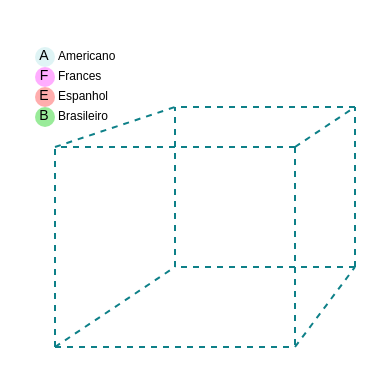
The draw.io diagram Untitled Diagram.drawio in gilberto-009199/draw.io, before the edit. Source tidied: cells renumbered, new cells numbered last; positions are measured from the earlier drawing's top-left corner, leaving out a move shared by most shapes. Both pictures are drawn from the tidied source at 200%, with x=0, y=0 at pixel (34, 46).
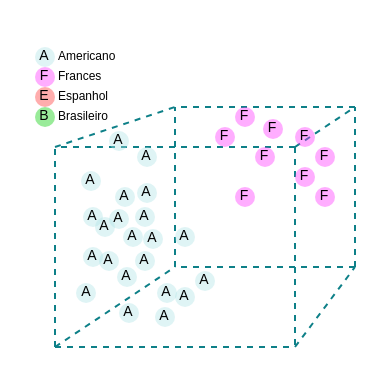
After the change.

Diff of the diagram source:
```diff
@@
+    <mxCell id="22" value="&lt;p style=&quot;text-align: justify ; font-size: 7px&quot;&gt;A&lt;/p&gt;" style="ellipse;whiteSpace=wrap;html=1;fillColor=#b0e3e6;strokeColor=none;opacity=40;align=center;horizontal=1;" parent="1" vertex="1">
+      <mxGeometry x="24" y="100" width="10" height="10" as="geometry" />
+    </mxCell>
+    <mxCell id="23" value="&lt;p style=&quot;text-align: justify ; font-size: 7px&quot;&gt;A&lt;/p&gt;" style="ellipse;whiteSpace=wrap;html=1;fillColor=#b0e3e6;strokeColor=none;opacity=40;align=center;horizontal=1;" parent="1" vertex="1">
+      <mxGeometry x="24" y="80" width="10" height="10" as="geometry" />
+    </mxCell>
+    <mxCell id="24" value="&lt;p style=&quot;text-align: justify ; font-size: 7px&quot;&gt;A&lt;/p&gt;" style="ellipse;whiteSpace=wrap;html=1;fillColor=#b0e3e6;strokeColor=none;opacity=40;align=center;horizontal=1;" parent="1" vertex="1">
+      <mxGeometry x="41" y="110" width="10" height="10" as="geometry" />
+    </mxCell>
+    <mxCell id="25" value="&lt;p style=&quot;text-align: justify ; font-size: 7px&quot;&gt;A&lt;/p&gt;" style="ellipse;whiteSpace=wrap;html=1;fillColor=#b0e3e6;strokeColor=none;opacity=40;align=center;horizontal=1;" parent="1" vertex="1">
+      <mxGeometry x="40" y="70" width="10" height="10" as="geometry" />
+    </mxCell>
+    <mxCell id="26" value="&lt;p style=&quot;text-align: justify ; font-size: 7px&quot;&gt;A&lt;/p&gt;" style="ellipse;whiteSpace=wrap;html=1;fillColor=#b0e3e6;strokeColor=none;opacity=40;align=center;horizontal=1;" parent="1" vertex="1">
+      <mxGeometry x="50" y="80" width="10" height="10" as="geometry" />
+    </mxCell>
+    <mxCell id="27" value="&lt;p style=&quot;text-align: justify ; font-size: 7px&quot;&gt;A&lt;/p&gt;" style="ellipse;whiteSpace=wrap;html=1;fillColor=#b0e3e6;strokeColor=none;opacity=40;align=center;horizontal=1;" parent="1" vertex="1">
+      <mxGeometry x="70" y="90" width="10" height="10" as="geometry" />
+    </mxCell>
+    <mxCell id="28" value="&lt;p style=&quot;text-align: justify ; font-size: 7px&quot;&gt;A&lt;/p&gt;" style="ellipse;whiteSpace=wrap;html=1;fillColor=#b0e3e6;strokeColor=none;opacity=40;align=center;horizontal=1;" parent="1" vertex="1">
+      <mxGeometry x="70" y="120" width="10" height="10" as="geometry" />
+    </mxCell>
+    <mxCell id="29" value="&lt;p style=&quot;text-align: justify ; font-size: 7px&quot;&gt;A&lt;/p&gt;" style="ellipse;whiteSpace=wrap;html=1;fillColor=#b0e3e6;strokeColor=none;opacity=40;align=center;horizontal=1;" parent="1" vertex="1">
+      <mxGeometry x="51" y="50" width="10" height="10" as="geometry" />
+    </mxCell>
+    <mxCell id="30" value="&lt;font style=&quot;font-size: 7px;&quot;&gt;F&lt;/font&gt;" style="ellipse;whiteSpace=wrap;html=1;fillColor=#FF33FF;strokeColor=none;opacity=40;horizontal=1;verticalAlign=middle;fontSize=7;" parent="1" vertex="1">
+      <mxGeometry x="140" y="50" width="10" height="10" as="geometry" />
+    </mxCell>
+    <mxCell id="31" value="&lt;font style=&quot;font-size: 7px;&quot;&gt;F&lt;/font&gt;" style="ellipse;whiteSpace=wrap;html=1;fillColor=#FF33FF;strokeColor=none;opacity=40;horizontal=1;verticalAlign=middle;fontSize=7;" parent="1" vertex="1">
+      <mxGeometry x="130" y="60" width="10" height="10" as="geometry" />
+    </mxCell>
+    <mxCell id="32" value="&lt;font style=&quot;font-size: 7px;&quot;&gt;F&lt;/font&gt;" style="ellipse;whiteSpace=wrap;html=1;fillColor=#FF33FF;strokeColor=none;opacity=40;horizontal=1;verticalAlign=middle;fontSize=7;" parent="1" vertex="1">
+      <mxGeometry x="140" y="70" width="10" height="10" as="geometry" />
+    </mxCell>
+    <mxCell id="33" value="&lt;font style=&quot;font-size: 7px;&quot;&gt;F&lt;/font&gt;" style="ellipse;whiteSpace=wrap;html=1;fillColor=#FF33FF;strokeColor=none;opacity=40;horizontal=1;verticalAlign=middle;fontSize=7;" parent="1" vertex="1">
+      <mxGeometry x="130" y="40" width="10" height="10" as="geometry" />
+    </mxCell>
+    <mxCell id="34" value="&lt;font style=&quot;font-size: 7px;&quot;&gt;F&lt;/font&gt;" style="ellipse;whiteSpace=wrap;html=1;fillColor=#FF33FF;strokeColor=none;opacity=40;horizontal=1;verticalAlign=middle;fontSize=7;" parent="1" vertex="1">
+      <mxGeometry x="110" y="50" width="10" height="10" as="geometry" />
+    </mxCell>
+    <mxCell id="35" value="&lt;font style=&quot;font-size: 7px;&quot;&gt;F&lt;/font&gt;" style="ellipse;whiteSpace=wrap;html=1;fillColor=#FF33FF;strokeColor=none;opacity=40;horizontal=1;verticalAlign=middle;fontSize=7;" parent="1" vertex="1">
+      <mxGeometry x="100" y="30" width="10" height="10" as="geometry" />
+    </mxCell>
+    <mxCell id="36" value="&lt;font style=&quot;font-size: 7px;&quot;&gt;F&lt;/font&gt;" style="ellipse;whiteSpace=wrap;html=1;fillColor=#FF33FF;strokeColor=none;opacity=40;horizontal=1;verticalAlign=middle;fontSize=7;" parent="1" vertex="1">
+      <mxGeometry x="90" y="40" width="10" height="10" as="geometry" />
+    </mxCell>
+    <mxCell id="37" value="&lt;font style=&quot;font-size: 7px;&quot;&gt;F&lt;/font&gt;" style="ellipse;whiteSpace=wrap;html=1;fillColor=#FF33FF;strokeColor=none;opacity=40;horizontal=1;verticalAlign=middle;fontSize=7;" parent="1" vertex="1">
+      <mxGeometry x="114" y="36" width="10" height="10" as="geometry" />
+    </mxCell>
+    <mxCell id="38" value="&lt;font style=&quot;font-size: 7px;&quot;&gt;F&lt;/font&gt;" style="ellipse;whiteSpace=wrap;html=1;fillColor=#FF33FF;strokeColor=none;opacity=40;horizontal=1;verticalAlign=middle;fontSize=7;" parent="1" vertex="1">
+      <mxGeometry x="100" y="70" width="10" height="10" as="geometry" />
+    </mxCell>
+    <mxCell id="39" value="&lt;p style=&quot;text-align: justify ; font-size: 7px&quot;&gt;A&lt;/p&gt;" style="ellipse;whiteSpace=wrap;html=1;fillColor=#b0e3e6;strokeColor=none;opacity=40;align=center;horizontal=1;" parent="1" vertex="1">
+      <mxGeometry x="37" y="81" width="10" height="10" as="geometry" />
+    </mxCell>
+    <mxCell id="40" value="&lt;p style=&quot;text-align: justify ; font-size: 7px&quot;&gt;A&lt;/p&gt;" style="ellipse;whiteSpace=wrap;html=1;fillColor=#b0e3e6;strokeColor=none;opacity=40;align=center;horizontal=1;" parent="1" vertex="1">
+      <mxGeometry x="30" y="85" width="10" height="10" as="geometry" />
+    </mxCell>
+    <mxCell id="41" value="&lt;p style=&quot;text-align: justify ; font-size: 7px&quot;&gt;A&lt;/p&gt;" style="ellipse;whiteSpace=wrap;html=1;fillColor=#b0e3e6;strokeColor=none;opacity=40;align=center;horizontal=1;" parent="1" vertex="1">
+      <mxGeometry x="44" y="90" width="10" height="10" as="geometry" />
+    </mxCell>
+    <mxCell id="42" value="&lt;p style=&quot;text-align: justify ; font-size: 7px&quot;&gt;A&lt;/p&gt;" style="ellipse;whiteSpace=wrap;html=1;fillColor=#b0e3e6;strokeColor=none;opacity=40;align=center;horizontal=1;" parent="1" vertex="1">
+      <mxGeometry x="51" y="68" width="10" height="10" as="geometry" />
+    </mxCell>
+    <mxCell id="43" value="&lt;p style=&quot;text-align: justify ; font-size: 7px&quot;&gt;A&lt;/p&gt;" style="ellipse;whiteSpace=wrap;html=1;fillColor=#b0e3e6;strokeColor=none;opacity=40;align=center;horizontal=1;" parent="1" vertex="1">
+      <mxGeometry x="23" y="62" width="10" height="10" as="geometry" />
+    </mxCell>
+    <mxCell id="44" value="&lt;p style=&quot;text-align: justify ; font-size: 7px&quot;&gt;A&lt;/p&gt;" style="ellipse;whiteSpace=wrap;html=1;fillColor=#b0e3e6;strokeColor=none;opacity=40;align=center;horizontal=1;" parent="1" vertex="1">
+      <mxGeometry x="37" y="42" width="10" height="10" as="geometry" />
+    </mxCell>
+    <mxCell id="45" value="&lt;p style=&quot;text-align: justify ; font-size: 7px&quot;&gt;A&lt;/p&gt;" style="ellipse;whiteSpace=wrap;html=1;fillColor=#b0e3e6;strokeColor=none;opacity=40;align=center;horizontal=1;" parent="1" vertex="1">
+      <mxGeometry x="32" y="102" width="10" height="10" as="geometry" />
+    </mxCell>
+    <mxCell id="46" value="&lt;p style=&quot;text-align: justify ; font-size: 7px&quot;&gt;A&lt;/p&gt;" style="ellipse;whiteSpace=wrap;html=1;fillColor=#b0e3e6;strokeColor=none;opacity=40;align=center;horizontal=1;" parent="1" vertex="1">
+      <mxGeometry x="42" y="128" width="10" height="10" as="geometry" />
+    </mxCell>
+    <mxCell id="47" value="&lt;p style=&quot;text-align: justify ; font-size: 7px&quot;&gt;A&lt;/p&gt;" style="ellipse;whiteSpace=wrap;html=1;fillColor=#b0e3e6;strokeColor=none;opacity=40;align=center;horizontal=1;" parent="1" vertex="1">
+      <mxGeometry x="50" y="102" width="10" height="10" as="geometry" />
+    </mxCell>
+    <mxCell id="48" value="&lt;p style=&quot;text-align: justify ; font-size: 7px&quot;&gt;A&lt;/p&gt;" style="ellipse;whiteSpace=wrap;html=1;fillColor=#b0e3e6;strokeColor=none;opacity=40;align=center;horizontal=1;" parent="1" vertex="1">
+      <mxGeometry x="54" y="91" width="10" height="10" as="geometry" />
+    </mxCell>
+    <mxCell id="49" value="&lt;p style=&quot;text-align: justify ; font-size: 7px&quot;&gt;A&lt;/p&gt;" style="ellipse;whiteSpace=wrap;html=1;fillColor=#b0e3e6;strokeColor=none;opacity=40;align=center;horizontal=1;" parent="1" vertex="1">
+      <mxGeometry x="80" y="112" width="10" height="10" as="geometry" />
+    </mxCell>
+    <mxCell id="50" value="&lt;p style=&quot;text-align: justify ; font-size: 7px&quot;&gt;A&lt;/p&gt;" style="ellipse;whiteSpace=wrap;html=1;fillColor=#b0e3e6;strokeColor=none;opacity=40;align=center;horizontal=1;" parent="1" vertex="1">
+      <mxGeometry x="61" y="118" width="10" height="10" as="geometry" />
+    </mxCell>
+    <mxCell id="51" value="&lt;p style=&quot;text-align: justify ; font-size: 7px&quot;&gt;A&lt;/p&gt;" style="ellipse;whiteSpace=wrap;html=1;fillColor=#b0e3e6;strokeColor=none;opacity=40;align=center;horizontal=1;" parent="1" vertex="1">
+      <mxGeometry x="60" y="130" width="10" height="10" as="geometry" />
+    </mxCell>
+    <mxCell id="52" value="&lt;p style=&quot;text-align: justify ; font-size: 7px&quot;&gt;A&lt;/p&gt;" style="ellipse;whiteSpace=wrap;html=1;fillColor=#b0e3e6;strokeColor=none;opacity=40;align=center;horizontal=1;" parent="1" vertex="1">
+      <mxGeometry x="20.5" y="118" width="10" height="10" as="geometry" />
+    </mxCell>
```
